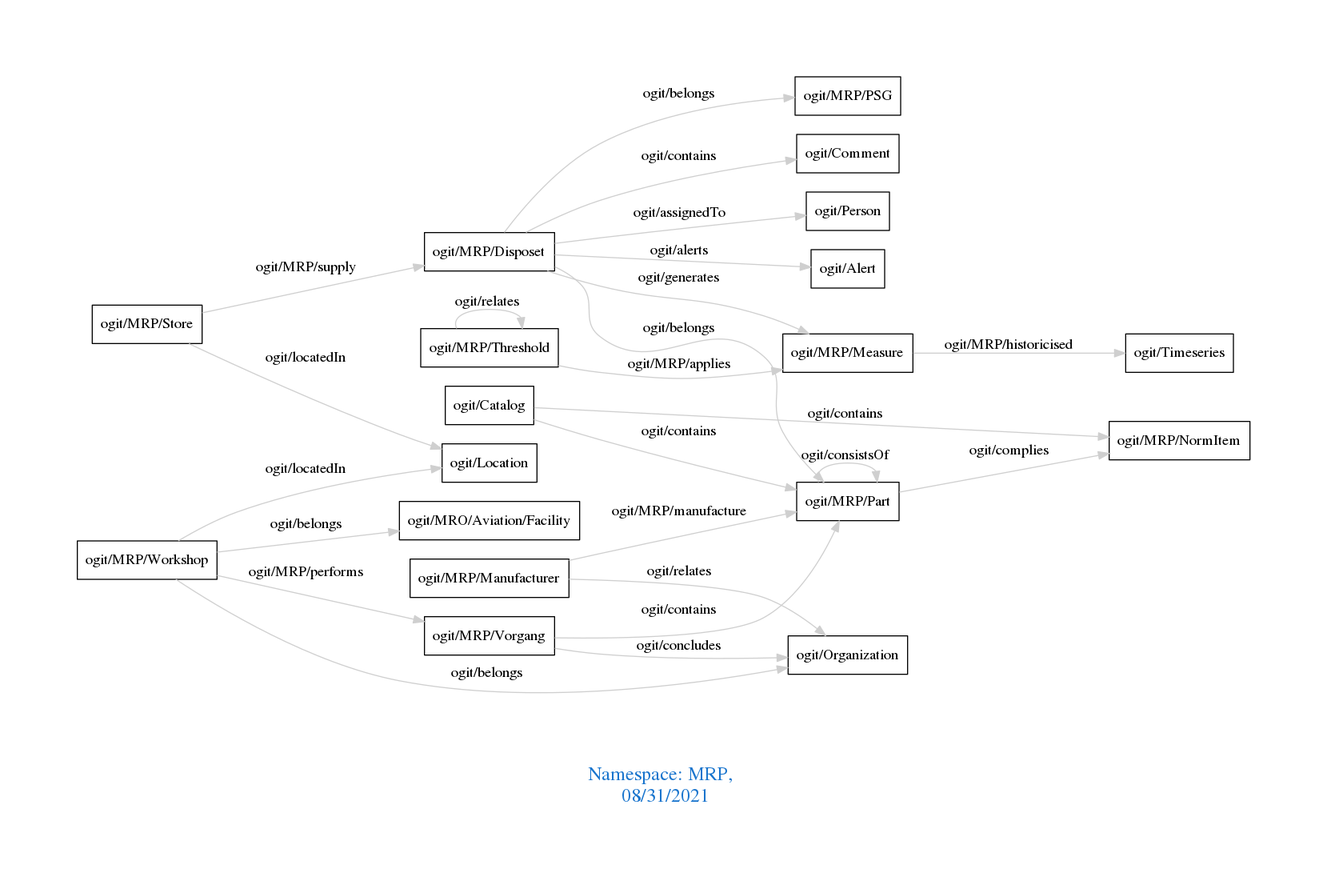
The Graphviz diagram downloads/MRP.png in arago/OGIT, before a commit. Its source is kept beside it as downloads/MRP.dot.
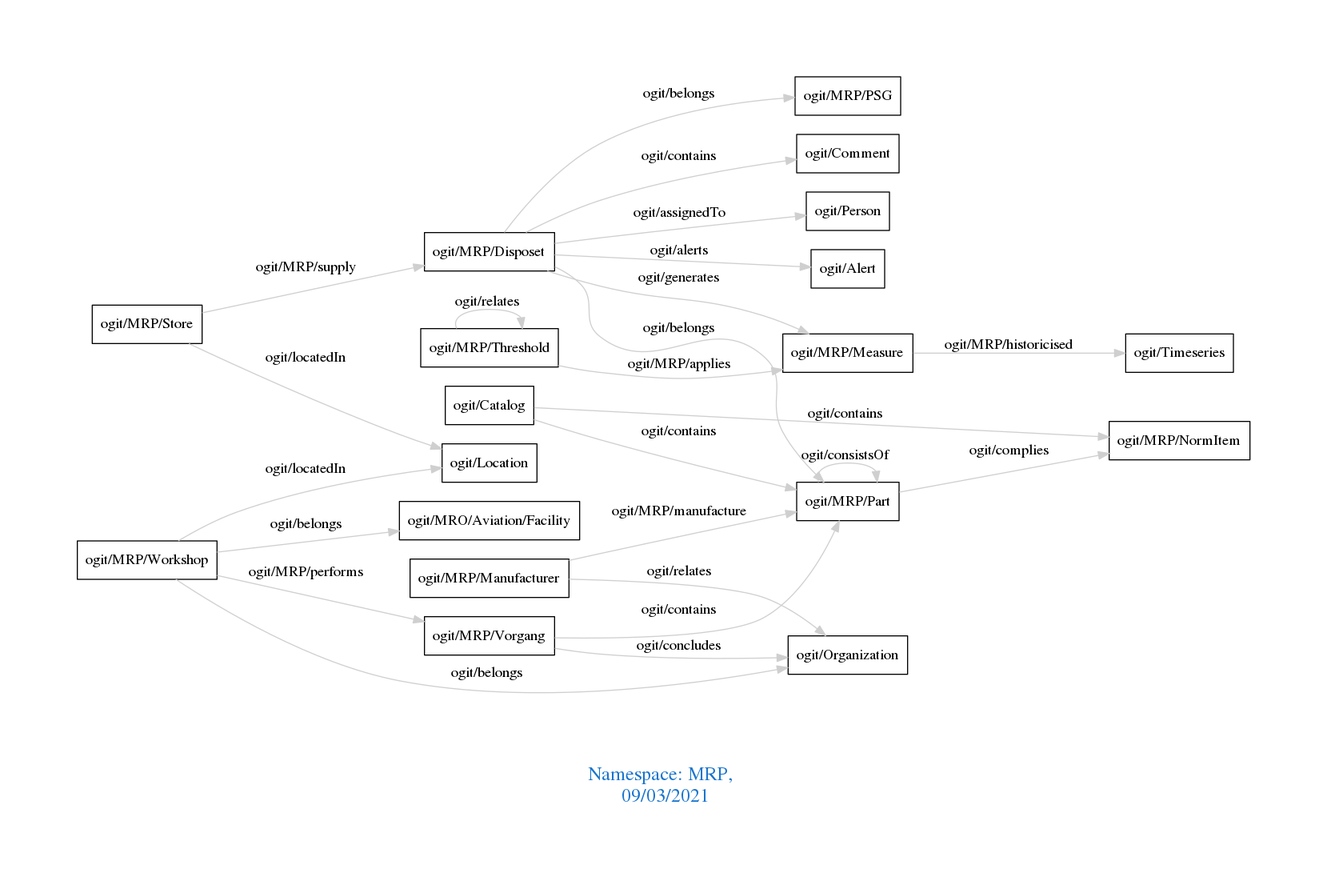
Above is the later version.

Change to the diagram source:
```diff
@@ -1,7 +1,7 @@
 digraph OGIT_ontology {
  graph [ rankdir= LR,pad=1
 fontsize = 18,
-fontcolor= dodgerblue3,label = "\n\n\nNamespace: MRP, \n 08/31/2021"];
+fontcolor= dodgerblue3,label = "\n\n\nNamespace: MRP, \n 09/03/2021"];
 node[shape=polygon];
 edge [  color="gray81"];
 
```
